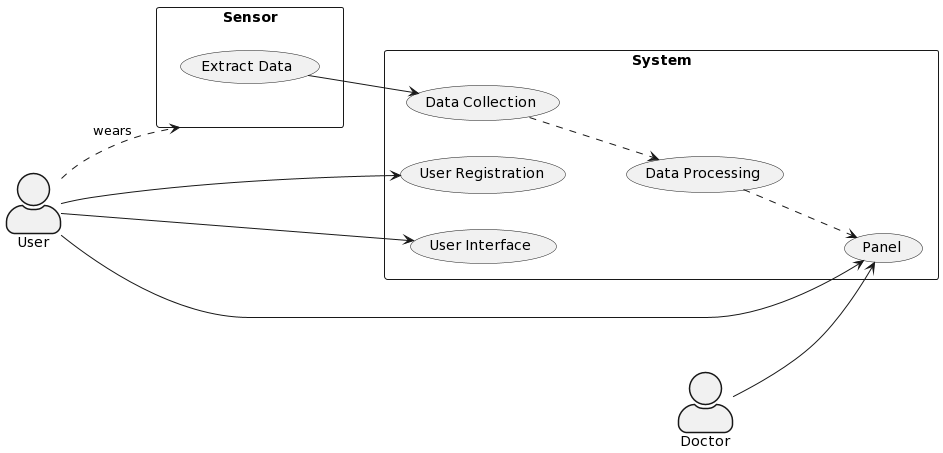
Before: Diagrams/userCase.png, a diagram exported from PlantUML (NuriaMitjavila/Software-Engineering).
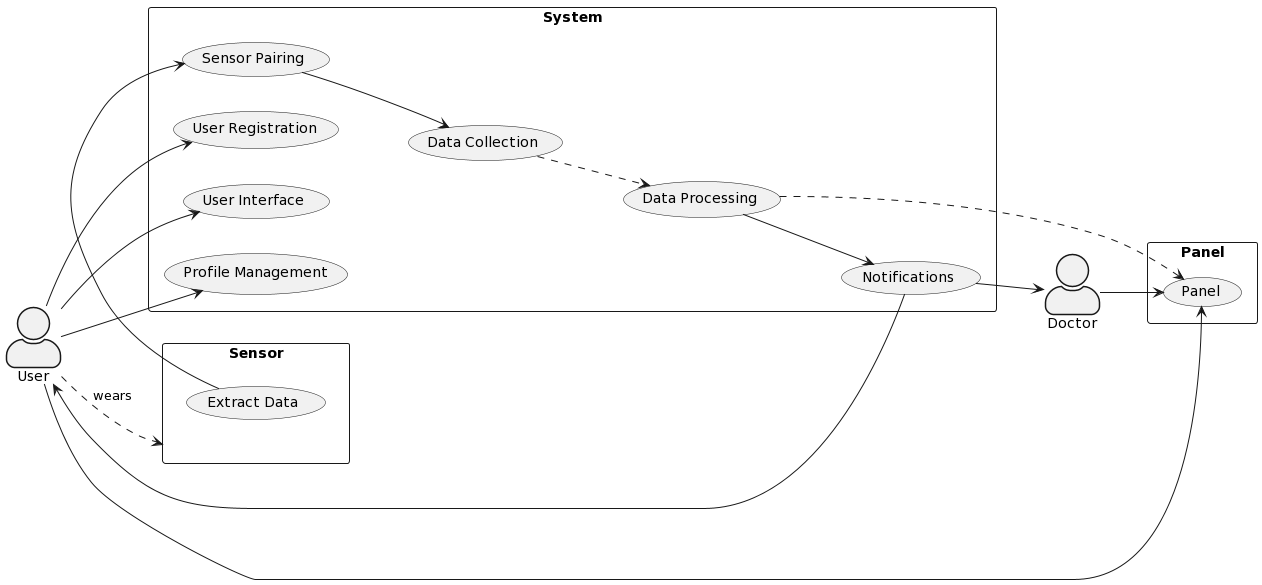
The same file after the commit.

Diff of the diagram source:
```diff
@@ -4,22 +4,31 @@
 actor User
 actor Doctor
 rectangle System {
-  usecase "User Registration" as R
-  usecase "User Interface" as Goals
-  usecase "Data Collection" as data
-  usecase "Data Processing" as d
+  usecase "Sensor Pairing" as SP
+  usecase "User Registration" as UR
+  usecase "User Interface" as UI
+  usecase "Data Collection" as DC
+  usecase "Data Processing" as DP
+  usecase "Profile Management" as PM
+  usecase "Notifications" as N
+}
+rectangle Sensor {
+  usecase "Extract Data" as ED
+}
+rectangle Panel {
   usecase "Panel" as External
 }
-rectangle Sensor {
-  usecase "Extract Data" as i
-}
-
-data ..> d
-d ..> External
-User --> R
+DC ..> DP
+DP ..> External
+User --> UR
 User --> External
 User ..> Sensor: wears
 Doctor --> External
-User --> Goals
-i --> data
+User --> UI
+ED --> SP
+SP --> DC
+User --> PM
+N --> User
+DP --> N
+N --> Doctor
 @enduml
```
